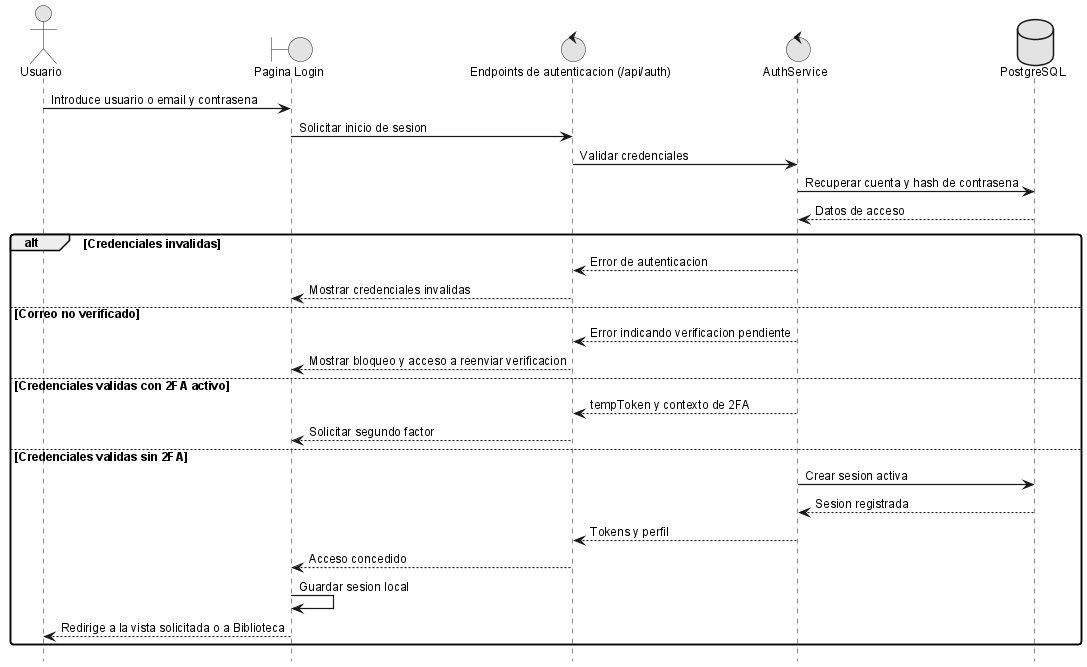
ErDeivih/DocumentChain keeps this PlantUML diagram as anexos/diagramas/seq-login.png. Above is the earlier version.
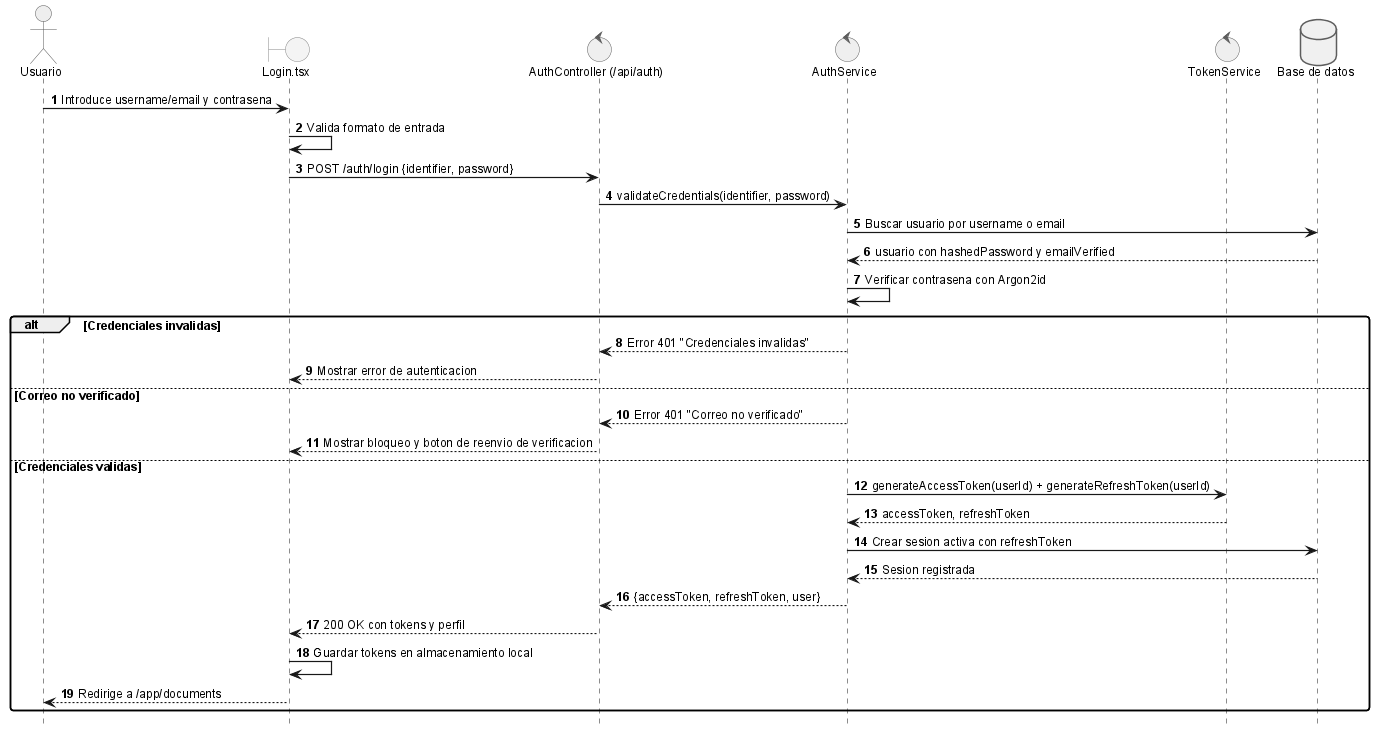
Above is the later version.

Change to the diagram source:
```diff
@@ -1,32 +1,34 @@
 @startuml
 !include _sequence-style.puml
 actor Usuario as user
-boundary "Pagina Login" as ui
-control "Endpoints de autenticacion (/api/auth)" as api
+boundary "Login.tsx" as ui
+control "AuthController (/api/auth)" as api
 control "AuthService" as srv
-database "PostgreSQL" as db
+control "TokenService" as tokenSrv
+database "Base de datos" as db
 
-user -> ui: Introduce usuario o email y contrasena
-ui -> api: Solicitar inicio de sesion
-api -> srv: Validar credenciales
-srv -> db: Recuperar cuenta y hash de contrasena
-db --> srv: Datos de acceso
+user -> ui: Introduce username/email y contrasena
+ui -> ui: Valida formato de entrada
+ui -> api: POST /auth/login {identifier, password}
+api -> srv: validateCredentials(identifier, password)
+srv -> db: Buscar usuario por username o email
+db --> srv: usuario con hashedPassword y emailVerified
+srv -> srv: Verificar contrasena con Argon2id
 alt Credenciales invalidas
-  srv --> api: Error de autenticacion
-  api --> ui: Mostrar credenciales invalidas
+  srv --> api: Error 401 "Credenciales invalidas"
+  api --> ui: Mostrar error de autenticacion
 else Correo no verificado
-  srv --> api: Error indicando verificacion pendiente
-  api --> ui: Mostrar bloqueo y acceso a reenviar verificacion
-else Credenciales validas con 2FA activo
-  srv --> api: tempToken y contexto de 2FA
-  api --> ui: Solicitar segundo factor
-else Credenciales validas sin 2FA
-  srv -> db: Crear sesion activa
+  srv --> api: Error 401 "Correo no verificado"
+  api --> ui: Mostrar bloqueo y boton de reenvio de verificacion
+else Credenciales validas
+  srv -> tokenSrv: generateAccessToken(userId) + generateRefreshToken(userId)
+  tokenSrv --> srv: accessToken, refreshToken
+  srv -> db: Crear sesion activa con refreshToken
   db --> srv: Sesion registrada
-  srv --> api: Tokens y perfil
-  api --> ui: Acceso concedido
-  ui -> ui: Guardar sesion local
-  ui --> user: Redirige a la vista solicitada o a Biblioteca
+  srv --> api: {accessToken, refreshToken, user}
+  api --> ui: 200 OK con tokens y perfil
+  ui -> ui: Guardar tokens en almacenamiento local
+  ui --> user: Redirige a /app/documents
 end
 
 @enduml
```
